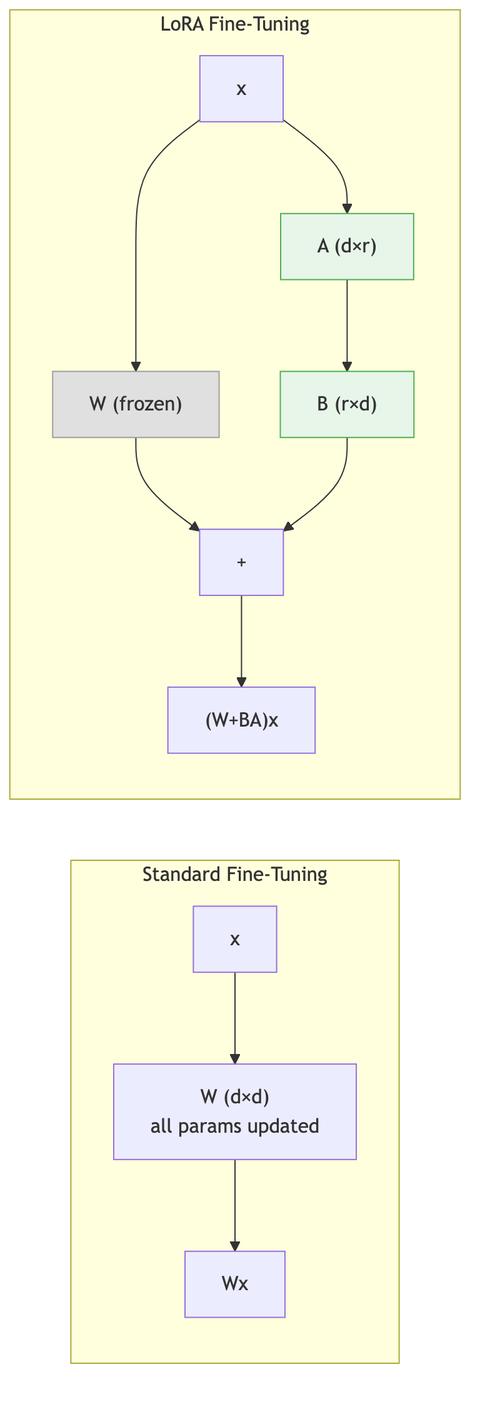
This is assets/img/teaching/protein-ai/mermaid/s26-06-protein-language-models_diagram_1.png from sungsoo-ahn/sungsoo-ahn.github.io, a Mermaid export, as it was before one commit. Its source is kept beside it as assets/img/teaching/protein-ai/mermaid/s26-06-protein-language-models_diagram_1.mmd. The source it was exported from:
```mermaid
flowchart LR
    subgraph Standard["Standard Fine-Tuning"]
        X1["x"] --> W1["W (d×d)<br/>all params updated"]
        W1 --> Y1["Wx"]
    end

    subgraph LoRA["LoRA Fine-Tuning"]
        X2["x"] --> W2["W (frozen)"]
        X2 --> A["A (d×r)"]
        A --> B["B (r×d)"]
        W2 --> ADD["+"]
        B --> ADD
        ADD --> Y2["(W+BA)x"]
    end

    style W2 fill:#e0e0e0,stroke:#9e9e9e
    style A fill:#e8f5e9,stroke:#4CAF50
    style B fill:#e8f5e9,stroke:#4CAF50
```
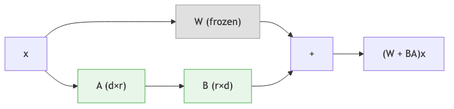
After the change.

What changed in the source:
```diff
@@ -1,18 +1,11 @@
 flowchart LR
-    subgraph Standard["Standard Fine-Tuning"]
-        X1["x"] --> W1["W (d×d)<br/>all params updated"]
-        W1 --> Y1["Wx"]
-    end
+    X["x"] --> W["W (frozen)"]
+    X --> A["A (d×r)"]
+    A --> B["B (r×d)"]
+    W --> ADD["+"]
+    B --> ADD
+    ADD --> Y["(W + BA)x"]
 
-    subgraph LoRA["LoRA Fine-Tuning"]
-        X2["x"] --> W2["W (frozen)"]
-        X2 --> A["A (d×r)"]
-        A --> B["B (r×d)"]
-        W2 --> ADD["+"]
-        B --> ADD
-        ADD --> Y2["(W+BA)x"]
-    end
-
-    style W2 fill:#e0e0e0,stroke:#9e9e9e
+    style W fill:#e0e0e0,stroke:#9e9e9e
     style A fill:#e8f5e9,stroke:#4CAF50
     style B fill:#e8f5e9,stroke:#4CAF50
```
